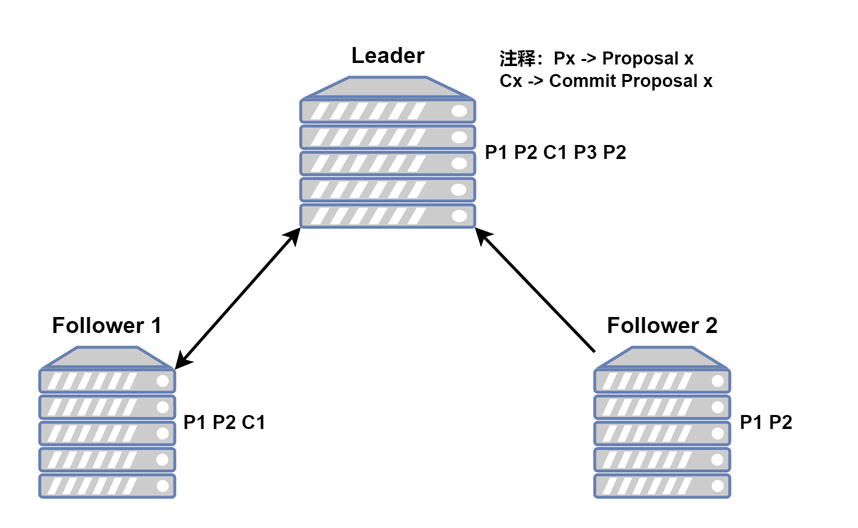
The draw.io diagram rpc/zkerr1.png in maling-one/img, before a commit. Source tidied: cells renumbered, new cells last; positions are measured from the earlier drawing's top-left corner, leaving out a move shared by most shapes.
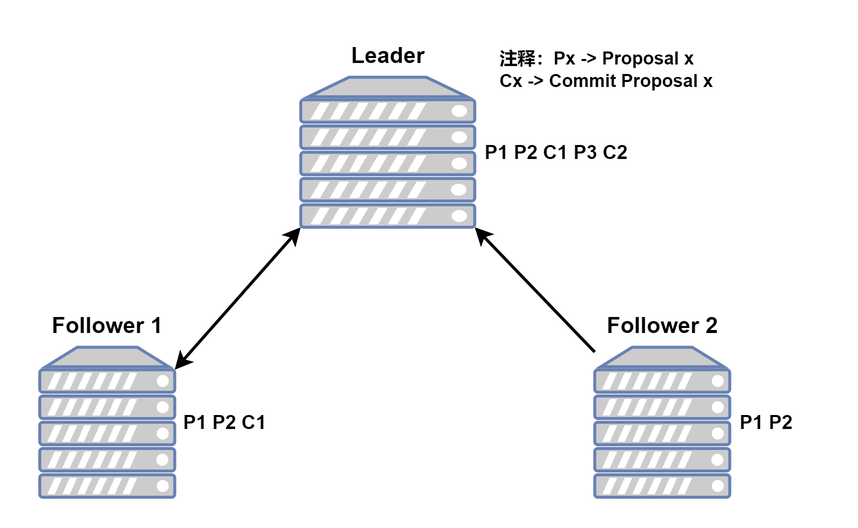
The same file after the commit.

The edit, as a diff of the source:
```diff
@@ -26,7 +26,7 @@
     <mxCell id="9" value="&lt;font style=&quot;font-size: 15px&quot;&gt;&lt;b&gt;Follower 2&lt;/b&gt;&lt;/font&gt;" style="text;html=1;align=center;verticalAlign=middle;strokeColor=none;" parent="1" vertex="1">
       <mxGeometry x="370" y="180" width="100" height="30" as="geometry" />
     </mxCell>
-    <mxCell id="10" value="&lt;b&gt;&lt;font style=&quot;font-size: 13px&quot;&gt;P1 P2 C1 P3 P2&lt;/font&gt;&lt;/b&gt;" style="text;html=1;align=left;verticalAlign=middle;strokeColor=none;" parent="1" vertex="1">
+    <mxCell id="10" value="&lt;b&gt;&lt;font style=&quot;font-size: 13px&quot;&gt;P1 P2 C1 P3 C2&lt;/font&gt;&lt;/b&gt;" style="text;html=1;align=left;verticalAlign=middle;strokeColor=none;" parent="1" vertex="1">
       <mxGeometry x="300" y="65" width="120" height="30" as="geometry" />
     </mxCell>
     <mxCell id="11" value="&lt;b&gt;&lt;font style=&quot;font-size: 13px&quot;&gt;P1 P2 C1&lt;/font&gt;&lt;/b&gt;" style="text;html=1;align=left;verticalAlign=middle;strokeColor=none;" parent="1" vertex="1">
```
